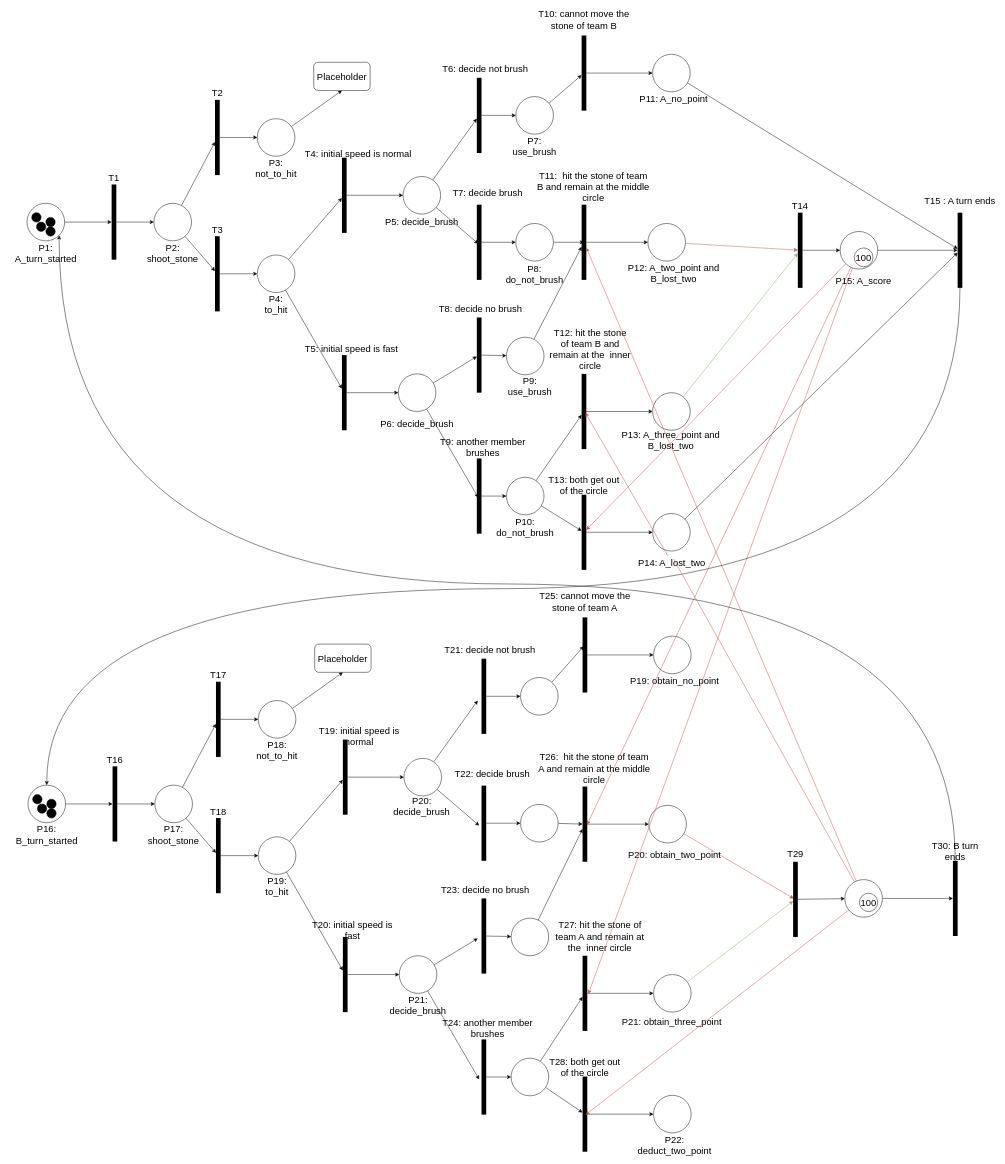
wkng0/heyy keeps this draw.io diagram as 3100asmt3Q2.2.drawio. Above is the earlier version. Source tidied: cells renumbered, new cells numbered last; positions are measured from the earlier drawing's top-left corner, leaving out a move shared by most shapes. Both pictures are drawn from the tidied source at 47%, with x=0, y=0 at pixel (8, 10).
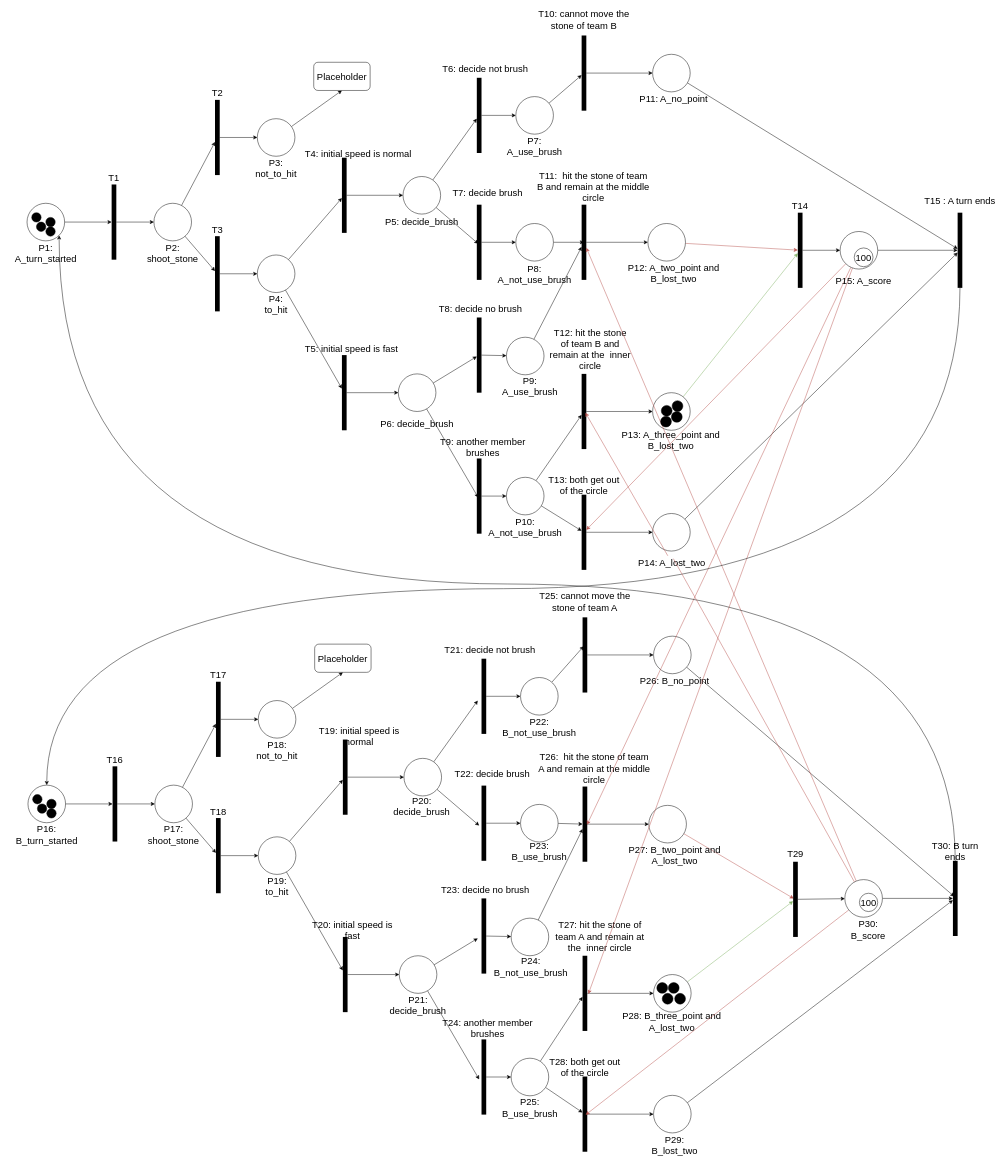
Above is the later version.

The change refers to these unchanged cells:
```xml
<mxCell id="123" style="ellipse;whiteSpace=wrap;html=1;fontSize=20;strokeWidth=1;fillColor=#FFFFFF;" parent="1" vertex="1">
  <mxGeometry x="1373" y="1331" width="80" height="80" as="geometry" />
</mxCell>
<mxCell id="141" style="ellipse;whiteSpace=wrap;html=1;fontSize=20;strokeColor=#000000;strokeWidth=1;fillColor=#FFFFFF;" parent="1" vertex="1">
  <mxGeometry x="1373" y="2308" width="80" height="80" as="geometry" />
</mxCell>
<mxCell id="197" style="line;strokeWidth=10;direction=south;html=1;fontSize=20;fillColor=#FFFFFF;" parent="1" vertex="1">
  <mxGeometry x="2010" y="1809" width="10" height="160" as="geometry" />
</mxCell>
```

Change to the diagram source:
```diff
@@
+    <mxCell id="204" style="rounded=0;jettySize=auto;html=1;entryX=0.475;entryY=0.7;entryDx=0;entryDy=0;entryPerimeter=0;fontSize=20;" parent="1" edge="1" source="123" target="197">
+      <mxGeometry relative="1" as="geometry" />
+    </mxCell>
@@
-    <mxCell id="124" value="P19: obtain_no_point" style="text;html=1;strokeColor=none;fillColor=none;align=center;verticalAlign=middle;whiteSpace=wrap;rounded=0;fontSize=20;" parent="1" vertex="1">
+    <mxCell id="124" value="P26: B_no_point" style="text;html=1;strokeColor=none;fillColor=none;align=center;verticalAlign=middle;whiteSpace=wrap;rounded=0;fontSize=20;" parent="1" vertex="1">
       <mxGeometry x="1313" y="1411" width="210" height="30" as="geometry" />
     </mxCell>
@@
-    <mxCell id="130" value="P20: obtain_two_point" style="text;html=1;strokeColor=none;fillColor=none;align=center;verticalAlign=middle;whiteSpace=wrap;rounded=0;fontSize=20;" parent="1" vertex="1">
+    <mxCell id="130" value="P27: B_two_point and A_lost_two" style="text;html=1;strokeColor=none;fillColor=none;align=center;verticalAlign=middle;whiteSpace=wrap;rounded=0;fontSize=20;" parent="1" vertex="1">
       <mxGeometry x="1308" y="1781" width="220" height="30" as="geometry" />
     </mxCell>
@@
-    <mxCell id="136" value="P21: obtain_three_point" style="text;html=1;strokeColor=none;fillColor=none;align=center;verticalAlign=middle;whiteSpace=wrap;rounded=0;fontSize=20;" parent="1" vertex="1">
+    <mxCell id="136" value="P28: B_three_point and A_lost_two" style="text;html=1;strokeColor=none;fillColor=none;align=center;verticalAlign=middle;whiteSpace=wrap;rounded=0;fontSize=20;" parent="1" vertex="1">
       <mxGeometry x="1302" y="2136" width="220" height="30" as="geometry" />
     </mxCell>
@@
+    <mxCell id="205" style="edgeStyle=none;rounded=0;jettySize=auto;html=1;fontSize=20;" parent="1" edge="1" source="141" target="197">
+      <mxGeometry relative="1" as="geometry" />
+    </mxCell>
@@
-    <mxCell id="142" value="P22: deduct_two_point" style="text;html=1;strokeColor=none;fillColor=none;align=center;verticalAlign=middle;whiteSpace=wrap;rounded=0;fontSize=20;" parent="1" vertex="1">
+    <mxCell id="142" value="P29: B_lost_two" style="text;html=1;strokeColor=none;fillColor=none;align=center;verticalAlign=middle;whiteSpace=wrap;rounded=0;fontSize=20;" parent="1" vertex="1">
       <mxGeometry x="1388" y="2398" width="60" height="30" as="geometry" />
     </mxCell>
@@
-    <mxCell id="173" value="P7: use_brush" style="text;html=1;strokeColor=none;fillColor=none;align=center;verticalAlign=middle;whiteSpace=wrap;rounded=0;fontSize=20;" parent="1" vertex="1">
+    <mxCell id="173" value="P7: A_use_brush" style="text;html=1;strokeColor=none;fillColor=none;align=center;verticalAlign=middle;whiteSpace=wrap;rounded=0;fontSize=20;" parent="1" vertex="1">
       <mxGeometry x="1090" y="273" width="60" height="30" as="geometry" />
     </mxCell>
-    <mxCell id="174" value="P8: do_not_brush" style="text;html=1;strokeColor=none;fillColor=none;align=center;verticalAlign=middle;whiteSpace=wrap;rounded=0;fontSize=20;" parent="1" vertex="1">
+    <mxCell id="174" value="P8: A_not_use_brush" style="text;html=1;strokeColor=none;fillColor=none;align=center;verticalAlign=middle;whiteSpace=wrap;rounded=0;fontSize=20;" parent="1" vertex="1">
       <mxGeometry x="1090" y="545" width="60" height="30" as="geometry" />
     </mxCell>
-    <mxCell id="175" value="P9: use_brush" style="text;html=1;strokeColor=none;fillColor=none;align=center;verticalAlign=middle;whiteSpace=wrap;rounded=0;fontSize=20;" parent="1" vertex="1">
+    <mxCell id="175" value="P9: A_use_brush" style="text;html=1;strokeColor=none;fillColor=none;align=center;verticalAlign=middle;whiteSpace=wrap;rounded=0;fontSize=20;" parent="1" vertex="1">
       <mxGeometry x="1080" y="783" width="60" height="30" as="geometry" />
     </mxCell>
-    <mxCell id="176" value="P10: do_not_brush" style="text;html=1;strokeColor=none;fillColor=none;align=center;verticalAlign=middle;whiteSpace=wrap;rounded=0;fontSize=20;" parent="1" vertex="1">
+    <mxCell id="176" value="P10: A_not_use_brush" style="text;html=1;strokeColor=none;fillColor=none;align=center;verticalAlign=middle;whiteSpace=wrap;rounded=0;fontSize=20;" parent="1" vertex="1">
       <mxGeometry x="1070" y="1083" width="60" height="30" as="geometry" />
     </mxCell>
@@
+    <mxCell id="206" value="P22: B_not_use_brush" style="text;html=1;strokeColor=none;fillColor=none;align=center;verticalAlign=middle;whiteSpace=wrap;rounded=0;fontSize=20;" parent="1" vertex="1">
+      <mxGeometry x="1100" y="1509" width="60" height="30" as="geometry" />
+    </mxCell>
+    <mxCell id="207" value="P23: B_use_brush" style="text;html=1;strokeColor=none;fillColor=none;align=center;verticalAlign=middle;whiteSpace=wrap;rounded=0;fontSize=20;" parent="1" vertex="1">
+      <mxGeometry x="1100" y="1773" width="60" height="30" as="geometry" />
+    </mxCell>
+    <mxCell id="208" value="P24: B_not_use_brush" style="text;html=1;strokeColor=none;fillColor=none;align=center;verticalAlign=middle;whiteSpace=wrap;rounded=0;fontSize=20;" parent="1" vertex="1">
+      <mxGeometry x="1082" y="2019" width="60" height="30" as="geometry" />
+    </mxCell>
+    <mxCell id="209" value="P25: B_use_brush" style="text;html=1;strokeColor=none;fillColor=none;align=center;verticalAlign=middle;whiteSpace=wrap;rounded=0;fontSize=20;" parent="1" vertex="1">
+      <mxGeometry x="1080" y="2319" width="60" height="30" as="geometry" />
+    </mxCell>
+    <mxCell id="210" value="P30: B_score" style="text;html=1;strokeColor=none;fillColor=none;align=center;verticalAlign=middle;whiteSpace=wrap;rounded=0;fontSize=20;" parent="1" vertex="1">
+      <mxGeometry x="1800" y="1940.2" width="60" height="30" as="geometry" />
+    </mxCell>
+    <mxCell id="211" style="ellipse;whiteSpace=wrap;html=1;fontSize=20;fillColor=#000000;" parent="1" vertex="1">
+      <mxGeometry x="1388" y="863" width="23" height="23" as="geometry" />
+    </mxCell>
+    <mxCell id="212" style="ellipse;whiteSpace=wrap;html=1;fontSize=20;fillColor=#000000;" parent="1" vertex="1">
+      <mxGeometry x="1389.5" y="840" width="23" height="23" as="geometry" />
+    </mxCell>
+    <mxCell id="213" style="ellipse;whiteSpace=wrap;html=1;fontSize=20;fillColor=#000000;" parent="1" vertex="1">
+      <mxGeometry x="1412.5" y="830" width="23" height="23" as="geometry" />
+    </mxCell>
+    <mxCell id="214" style="ellipse;whiteSpace=wrap;html=1;fontSize=20;fillColor=#000000;" parent="1" vertex="1">
+      <mxGeometry x="1411" y="853" width="23" height="23" as="geometry" />
+    </mxCell>
+    <mxCell id="215" style="ellipse;whiteSpace=wrap;html=1;fontSize=20;fillColor=#000000;" parent="1" vertex="1">
+      <mxGeometry x="1380" y="2068" width="23" height="23" as="geometry" />
+    </mxCell>
+    <mxCell id="216" style="ellipse;whiteSpace=wrap;html=1;fontSize=20;fillColor=#000000;" parent="1" vertex="1">
+      <mxGeometry x="1391.5" y="2091" width="23" height="23" as="geometry" />
+    </mxCell>
+    <mxCell id="217" style="ellipse;whiteSpace=wrap;html=1;fontSize=20;fillColor=#000000;" parent="1" vertex="1">
+      <mxGeometry x="1404.5" y="2068" width="23" height="23" as="geometry" />
+    </mxCell>
+    <mxCell id="218" style="ellipse;whiteSpace=wrap;html=1;fontSize=20;fillColor=#000000;" parent="1" vertex="1">
+      <mxGeometry x="1418" y="2091" width="23" height="23" as="geometry" />
+    </mxCell>
```
